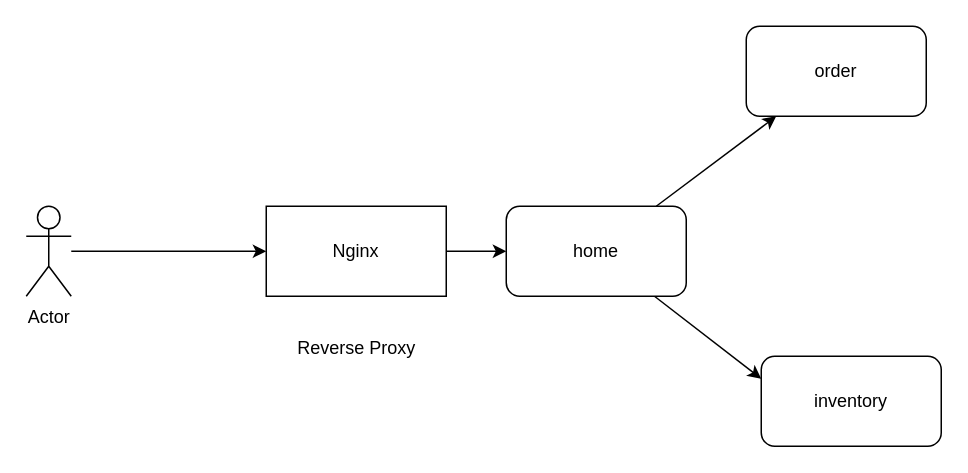
Above: page "Using Nginx" (2 of 2) of design/concept.drawio in sku-golang-projects/reverse-proxy (draw.io), before the change. Source tidied: cells renumbered, new cells numbered last; positions are measured from the earlier drawing's top-left corner, leaving out a move shared by most shapes. Both pictures are drawn from the tidied source at 150%, with x=0, y=0 at pixel (26, 26).
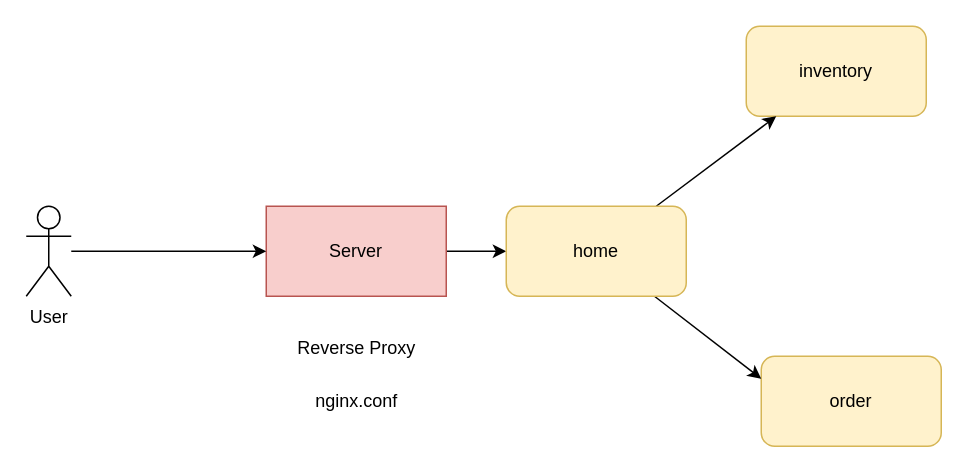
The same diagram, later.

Diff of the diagram source:
```diff
@@
 <mxGraphModel>
   <root>
     <mxCell id="0" />
     <mxCell id="1" parent="0" />
     <mxCell id="2" style="edgeStyle=none;html=1;" parent="1" edge="1" source="3" target="11">
       <mxGeometry relative="1" as="geometry" />
     </mxCell>
-    <mxCell id="3" value="Nginx" style="rounded=0;whiteSpace=wrap;html=1;" parent="1" vertex="1">
+    <mxCell id="3" value="Server" style="rounded=0;whiteSpace=wrap;html=1;fillColor=#f8cecc;strokeColor=#b85450;" parent="1" vertex="1">
       <mxGeometry x="160" y="120" width="120" height="60" as="geometry" />
     </mxCell>
-    <mxCell id="4" value="order" style="rounded=1;whiteSpace=wrap;html=1;" parent="1" vertex="1">
+    <mxCell id="4" value="inventory" style="rounded=1;whiteSpace=wrap;html=1;fillColor=#fff2cc;strokeColor=#d6b656;" parent="1" vertex="1">
       <mxGeometry x="480" width="120" height="60" as="geometry" />
     </mxCell>
-    <mxCell id="5" value="inventory" style="rounded=1;whiteSpace=wrap;html=1;" parent="1" vertex="1">
+    <mxCell id="5" value="order" style="rounded=1;whiteSpace=wrap;html=1;fillColor=#fff2cc;strokeColor=#d6b656;" parent="1" vertex="1">
       <mxGeometry x="490" y="220" width="120" height="60" as="geometry" />
     </mxCell>
     <mxCell id="6" style="edgeStyle=none;html=1;entryX=0;entryY=0.5;entryDx=0;entryDy=0;" parent="1" edge="1" source="7" target="3">
       <mxGeometry relative="1" as="geometry" />
     </mxCell>
-    <mxCell id="7" value="Actor" style="shape=umlActor;verticalLabelPosition=bottom;verticalAlign=top;html=1;outlineConnect=0;" parent="1" vertex="1">
+    <mxCell id="7" value="User" style="shape=umlActor;verticalLabelPosition=bottom;verticalAlign=top;html=1;outlineConnect=0;" parent="1" vertex="1">
       <mxGeometry y="120" width="30" height="60" as="geometry" />
     </mxCell>
     <mxCell id="8" value="Reverse Proxy" style="text;html=1;align=center;verticalAlign=middle;strokeColor=none;fillColor=none;" parent="1" vertex="1">
       <mxGeometry x="170" y="200" width="100" height="30" as="geometry" />
     </mxCell>
     <mxCell id="9" style="edgeStyle=none;html=1;" parent="1" edge="1" source="11" target="4">
       <mxGeometry relative="1" as="geometry" />
     </mxCell>
     <mxCell id="10" style="edgeStyle=none;html=1;entryX=0;entryY=0.25;entryDx=0;entryDy=0;" parent="1" edge="1" source="11" target="5">
       <mxGeometry relative="1" as="geometry" />
     </mxCell>
-    <mxCell id="11" value="home" style="rounded=1;whiteSpace=wrap;html=1;" parent="1" vertex="1">
+    <mxCell id="11" value="home" style="rounded=1;whiteSpace=wrap;html=1;fillColor=#fff2cc;strokeColor=#d6b656;" parent="1" vertex="1">
       <mxGeometry x="320" y="120" width="120" height="60" as="geometry" />
     </mxCell>
+    <mxCell id="12" value="nginx.conf" style="text;html=1;align=center;verticalAlign=middle;strokeColor=none;fillColor=none;" parent="1" vertex="1">
+      <mxGeometry x="180" y="235" width="80" height="30" as="geometry" />
+    </mxCell>
   </root>
 </mxGraphModel>
```
